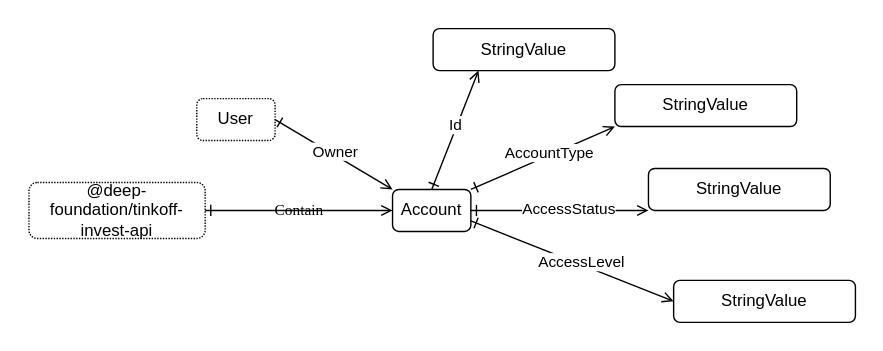
This is src/account/Account.drawio.svg from suenot/deep-tinkoff-invest-api, a draw.io export, as it was before one commit. Source tidied: cells renumbered, new cells last; positions are measured from the earlier drawing's top-left corner, leaving out a move shared by most shapes.
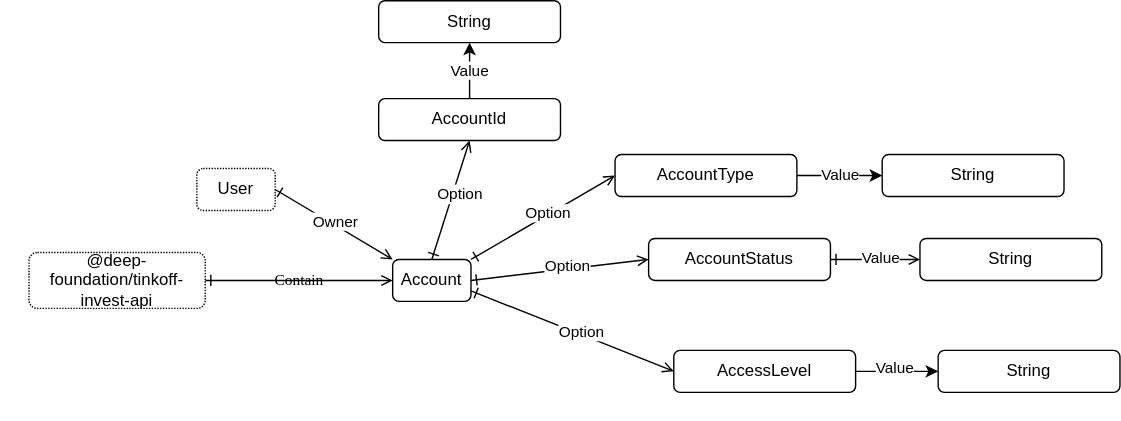
The same file after the commit.

What changed in the source:
```diff
@@ -14,17 +14,23 @@
     <mxCell id="5" value="User" style="rounded=1;whiteSpace=wrap;html=1;labelBackgroundColor=none;dashed=1;dashPattern=1 1;" parent="1" vertex="1">
       <mxGeometry x="140" y="70" width="56" height="30" as="geometry" />
     </mxCell>
-    <mxCell id="6" style="edgeStyle=none;html=1;exitX=0.5;exitY=0;exitDx=0;exitDy=0;entryX=0.25;entryY=1;entryDx=0;entryDy=0;startArrow=ERone;startFill=0;endArrow=open;endFill=0;" parent="1" edge="1" source="8" target="9">
+    <mxCell id="6" style="edgeStyle=none;html=1;exitX=0.5;exitY=0;exitDx=0;exitDy=0;entryX=0.5;entryY=1;entryDx=0;entryDy=0;startArrow=ERone;startFill=0;endArrow=open;endFill=0;" parent="1" edge="1" source="8" target="9">
       <mxGeometry relative="1" as="geometry" />
     </mxCell>
     <mxCell id="7" value="Id" style="edgeLabel;html=1;align=center;verticalAlign=middle;" parent="6" vertex="1">
       <mxGeometry x="0.08" y="2" relative="1" as="geometry" />
     </mxCell>
+    <mxCell id="21" value="Option" style="edgeLabel;html=1;align=center;verticalAlign=middle;" parent="6" vertex="1">
+      <mxGeometry x="0.14" y="-4" relative="1" as="geometry" />
+    </mxCell>
     <mxCell id="8" value="Account" style="rounded=1;whiteSpace=wrap;html=1;labelBackgroundColor=none;" parent="1" vertex="1">
       <mxGeometry x="280" y="135" width="56" height="30" as="geometry" />
     </mxCell>
+    <mxCell id="22" value="Value" style="edgeStyle=none;html=1;exitX=0.5;exitY=0;exitDx=0;exitDy=0;entryX=0.5;entryY=1;entryDx=0;entryDy=0;" parent="1" edge="1" source="9" target="26">
+      <mxGeometry relative="1" as="geometry" />
+    </mxCell>
-    <mxCell id="9" value="StringValue" style="rounded=1;whiteSpace=wrap;html=1;labelBackgroundColor=none;" parent="1" vertex="1">
-      <mxGeometry x="309" y="20" width="130" height="30" as="geometry" />
+    <mxCell id="9" value="AccountId" style="rounded=1;whiteSpace=wrap;html=1;labelBackgroundColor=none;" parent="1" vertex="1">
+      <mxGeometry x="270" y="20" width="130" height="30" as="geometry" />
     </mxCell>
     <mxCell id="10" value="@deep-foundation/tinkoff-invest-api" style="rounded=1;whiteSpace=wrap;html=1;labelBackgroundColor=none;dashed=1;dashPattern=1 1;" parent="1" vertex="1">
       <mxGeometry x="20" y="130" width="126" height="40" as="geometry" />
@@ -32,32 +38,59 @@
     <mxCell id="11" value="Contain" style="jettySize=auto;html=1;shadow=0;labelBackgroundColor=none;startArrow=ERone;startFill=0;endArrow=open;endFill=0;fontColor=#000000;fontFamily=Comic Sans MS;entryX=0;entryY=0.5;entryDx=0;entryDy=0;exitX=1;exitY=0.5;exitDx=0;exitDy=0;" parent="1" edge="1" source="10" target="8">
       <mxGeometry relative="1" as="geometry" />
     </mxCell>
+    <mxCell id="23" value="Value" style="edgeStyle=none;html=1;exitX=1;exitY=0.5;exitDx=0;exitDy=0;entryX=0;entryY=0.5;entryDx=0;entryDy=0;" parent="1" edge="1" source="12" target="29">
+      <mxGeometry relative="1" as="geometry" />
+    </mxCell>
-    <mxCell id="12" value="StringValue" style="rounded=1;whiteSpace=wrap;html=1;labelBackgroundColor=none;" parent="1" vertex="1">
+    <mxCell id="12" value="AccountType" style="rounded=1;whiteSpace=wrap;html=1;labelBackgroundColor=none;" parent="1" vertex="1">
       <mxGeometry x="439" y="60" width="130" height="30" as="geometry" />
     </mxCell>
-    <mxCell id="13" style="edgeStyle=none;html=1;entryX=0;entryY=1;entryDx=0;entryDy=0;startArrow=ERone;startFill=0;endArrow=open;endFill=0;exitX=1;exitY=0;exitDx=0;exitDy=0;" parent="1" edge="1" source="8" target="12">
+    <mxCell id="13" style="edgeStyle=none;html=1;entryX=0;entryY=0.5;entryDx=0;entryDy=0;startArrow=ERone;startFill=0;endArrow=open;endFill=0;exitX=1;exitY=0;exitDx=0;exitDy=0;" parent="1" edge="1" source="8" target="12">
       <mxGeometry relative="1" as="geometry" />
     </mxCell>
-    <mxCell id="14" value="AccountType" style="edgeLabel;html=1;align=center;verticalAlign=middle;" parent="13" vertex="1">
+    <mxCell id="14" value="Option" style="edgeLabel;html=1;align=center;verticalAlign=middle;" parent="13" vertex="1">
       <mxGeometry x="0.08" y="2" relative="1" as="geometry" />
     </mxCell>
-    <mxCell id="15" value="StringValue" style="rounded=1;whiteSpace=wrap;html=1;labelBackgroundColor=none;" parent="1" vertex="1">
+    <mxCell id="15" value="AccountStatus" style="rounded=1;whiteSpace=wrap;html=1;labelBackgroundColor=none;" parent="1" vertex="1">
       <mxGeometry x="463" y="120" width="130" height="30" as="geometry" />
     </mxCell>
-    <mxCell id="16" style="edgeStyle=none;html=1;entryX=0;entryY=1;entryDx=0;entryDy=0;startArrow=ERone;startFill=0;endArrow=open;endFill=0;exitX=1;exitY=0.5;exitDx=0;exitDy=0;" parent="1" edge="1" source="8" target="15">
+    <mxCell id="16" style="edgeStyle=none;html=1;entryX=0;entryY=0.5;entryDx=0;entryDy=0;startArrow=ERone;startFill=0;endArrow=open;endFill=0;exitX=1;exitY=0.5;exitDx=0;exitDy=0;" parent="1" edge="1" source="8" target="15">
       <mxGeometry relative="1" as="geometry" />
     </mxCell>
-    <mxCell id="17" value="AccessStatus" style="edgeLabel;html=1;align=center;verticalAlign=middle;" parent="16" vertex="1">
+    <mxCell id="17" value="Option" style="edgeLabel;html=1;align=center;verticalAlign=middle;" parent="16" vertex="1">
       <mxGeometry x="0.08" y="2" relative="1" as="geometry" />
     </mxCell>
+    <mxCell id="24" style="edgeStyle=none;html=1;exitX=1;exitY=0.5;exitDx=0;exitDy=0;entryX=0;entryY=0.5;entryDx=0;entryDy=0;" parent="1" edge="1" source="18" target="28">
+      <mxGeometry relative="1" as="geometry" />
+    </mxCell>
+    <mxCell id="25" value="Value" style="edgeLabel;html=1;align=center;verticalAlign=middle;" parent="24" vertex="1">
+      <mxGeometry x="-0.08" y="3" relative="1" as="geometry" />
+    </mxCell>
-    <mxCell id="18" value="StringValue" style="rounded=1;whiteSpace=wrap;html=1;labelBackgroundColor=none;" parent="1" vertex="1">
+    <mxCell id="18" value="AccessLevel" style="rounded=1;whiteSpace=wrap;html=1;labelBackgroundColor=none;" parent="1" vertex="1">
       <mxGeometry x="481" y="200" width="130" height="30" as="geometry" />
     </mxCell>
     <mxCell id="19" style="edgeStyle=none;html=1;entryX=0;entryY=0.5;entryDx=0;entryDy=0;startArrow=ERone;startFill=0;endArrow=open;endFill=0;exitX=1;exitY=0.75;exitDx=0;exitDy=0;" parent="1" edge="1" source="8" target="18">
       <mxGeometry relative="1" as="geometry" />
     </mxCell>
-    <mxCell id="20" value="AccessLevel" style="edgeLabel;html=1;align=center;verticalAlign=middle;" parent="19" vertex="1">
+    <mxCell id="20" value="Option" style="edgeLabel;html=1;align=center;verticalAlign=middle;" parent="19" vertex="1">
       <mxGeometry x="0.08" y="2" relative="1" as="geometry" />
     </mxCell>
+    <mxCell id="26" value="String" style="rounded=1;whiteSpace=wrap;html=1;labelBackgroundColor=none;" parent="1" vertex="1">
+      <mxGeometry x="270" y="-50" width="130" height="30" as="geometry" />
+    </mxCell>
+    <mxCell id="27" value="String" style="rounded=1;whiteSpace=wrap;html=1;labelBackgroundColor=none;" parent="1" vertex="1">
+      <mxGeometry x="657" y="120" width="130" height="30" as="geometry" />
+    </mxCell>
+    <mxCell id="28" value="String" style="rounded=1;whiteSpace=wrap;html=1;labelBackgroundColor=none;" parent="1" vertex="1">
+      <mxGeometry x="670" y="200" width="130" height="30" as="geometry" />
+    </mxCell>
+    <mxCell id="29" value="String" style="rounded=1;whiteSpace=wrap;html=1;labelBackgroundColor=none;" parent="1" vertex="1">
+      <mxGeometry x="630" y="60" width="130" height="30" as="geometry" />
+    </mxCell>
+    <mxCell id="30" style="edgeStyle=none;html=1;entryX=0;entryY=0.5;entryDx=0;entryDy=0;startArrow=ERone;startFill=0;endArrow=open;endFill=0;exitX=1;exitY=0.5;exitDx=0;exitDy=0;" parent="1" edge="1" source="15" target="27">
+      <mxGeometry relative="1" as="geometry" />
+    </mxCell>
+    <mxCell id="31" value="Value" style="edgeLabel;html=1;align=center;verticalAlign=middle;" parent="30" vertex="1">
+      <mxGeometry x="0.08" y="2" relative="1" as="geometry" />
+    </mxCell>
   </root>
 </mxGraphModel>
```
